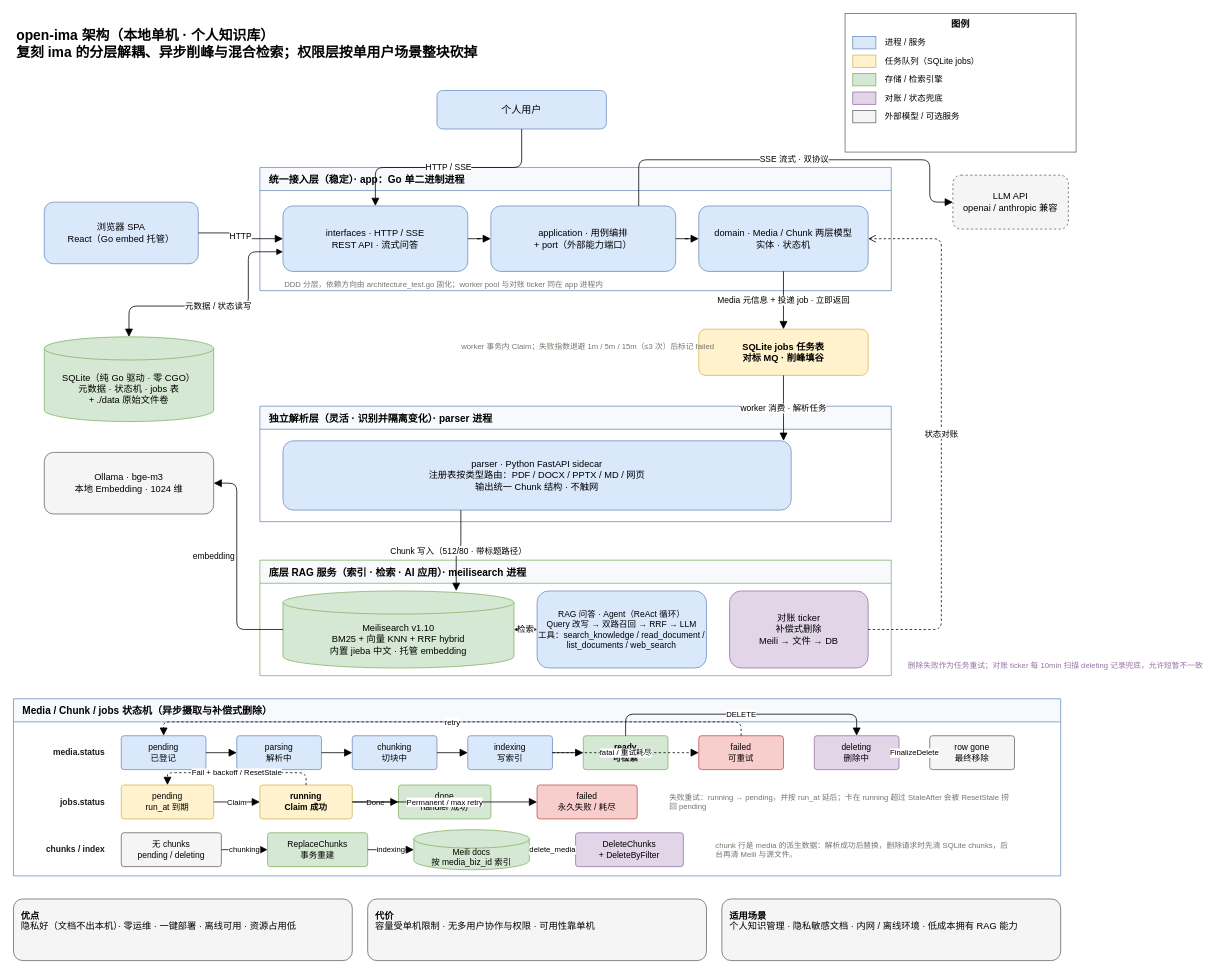
This is page "2-openima-本地架构" (2 of 4) of docs/diagrams/ima-vs-openima-architecture.drawio from toddwyl/open-ima, a draw.io file, before an edit. Source tidied: cells renumbered, new cells numbered last; positions are measured from the earlier drawing's top-left corner, leaving out a move shared by most shapes. Both pictures are drawn from the tidied source at 77%, with x=0, y=0 at pixel (13, 13).
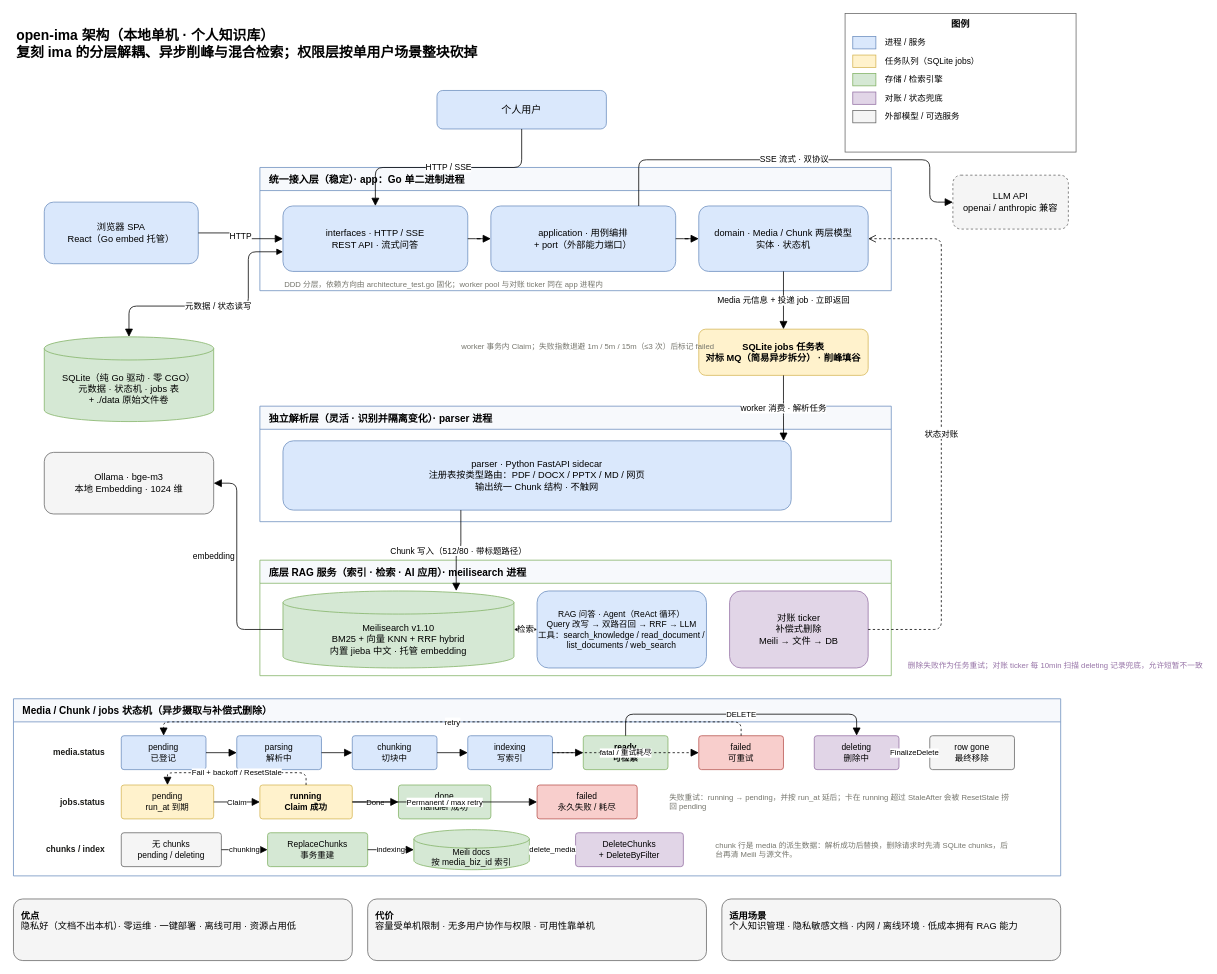
The same diagram, later.

Diff of the diagram source:
```diff
@@
-    <mxCell id="10" value="SQLite jobs 任务表&#10;对标 MQ · 削峰填谷" style="rounded=1;whiteSpace=wrap;html=1;fillColor=#fff2cc;strokeColor=#d6b656;fontSize=12;fontStyle=1;" parent="1" vertex="1">
+    <mxCell id="10" value="SQLite jobs 任务表&lt;br&gt;对标 MQ（简易异步拆分） · 削峰填谷" style="rounded=1;whiteSpace=wrap;html=1;fillColor=#fff2cc;strokeColor=#d6b656;fontSize=12;fontStyle=1;" parent="1" vertex="1">
       <mxGeometry x="890" y="410" width="220" height="60" as="geometry" />
     </mxCell>
```
